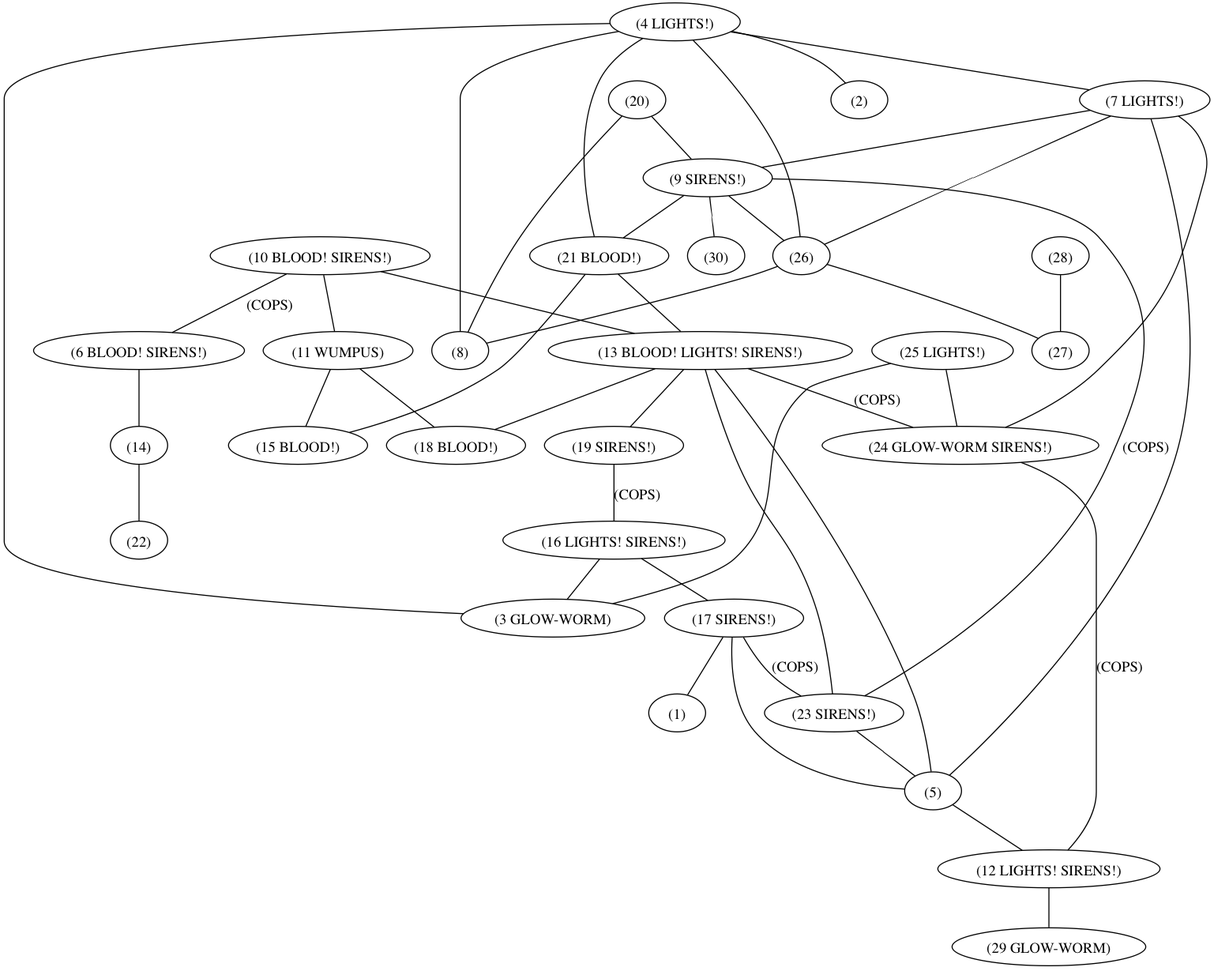
The Graphviz diagram CL/city.dot.png in akaalias/lisping, before a commit. Its source is kept beside it as CL/city.dot. The source it was exported from:
```dot
graph{
1[label="(1)"];
2[label="(2)"];
3[label="(3 GLOW-WORM)"];
4[label="(4 LIGHTS!)"];
5[label="(5)"];
6[label="(6 BLOOD! SIRENS!)"];
7[label="(7 LIGHTS!)"];
8[label="(8)"];
9[label="(9 SIRENS!)"];
10[label="(10 BLOOD! SIRENS!)"];
11[label="(11 WUMPUS)"];
12[label="(12 LIGHTS! SIRENS!)"];
13[label="(13 BLOOD! LIGHTS! SIRENS!)"];
14[label="(14)"];
15[label="(15 BLOOD!)"];
16[label="(16 LIGHTS! SIRENS!)"];
17[label="(17 SIRENS!)"];
18[label="(18 BLOOD!)"];
19[label="(19 SIRENS!)"];
20[label="(20)"];
21[label="(21 BLOOD!)"];
22[label="(22)"];
23[label="(23 SIRENS!)"];
24[label="(24 GLOW-WORM SIRENS!)"];
25[label="(25 LIGHTS!)"];
26[label="(26)"];
27[label="(27)"];
28[label="(28)"];
29[label="(29 GLOW-WORM)"];
30[label="(30)"];
14--22[label=""];
6--14[label=""];
12--29[label=""];
5--12[label=""];
23--5[label=""];
17--5[label=""];
17--1[label=""];
17--23[label="(COPS)"];
16--3[label=""];
16--17[label=""];
19--16[label="(COPS)"];
24--12[label="(COPS)"];
25--3[label=""];
25--24[label=""];
28--27[label=""];
26--8[label=""];
26--27[label=""];
13--19[label=""];
13--18[label=""];
13--24[label="(COPS)"];
13--23[label=""];
13--5[label=""];
21--13[label=""];
21--15[label=""];
9--26[label=""];
9--30[label=""];
9--21[label=""];
9--23[label="(COPS)"];
20--8[label=""];
20--9[label=""];
11--18[label=""];
11--15[label=""];
10--6[label="(COPS)"];
10--13[label=""];
10--11[label=""];
7--24[label=""];
7--5[label=""];
7--9[label=""];
7--26[label=""];
4--2[label=""];
4--26[label=""];
4--8[label=""];
4--3[label=""];
4--21[label=""];
4--7[label=""];}
```
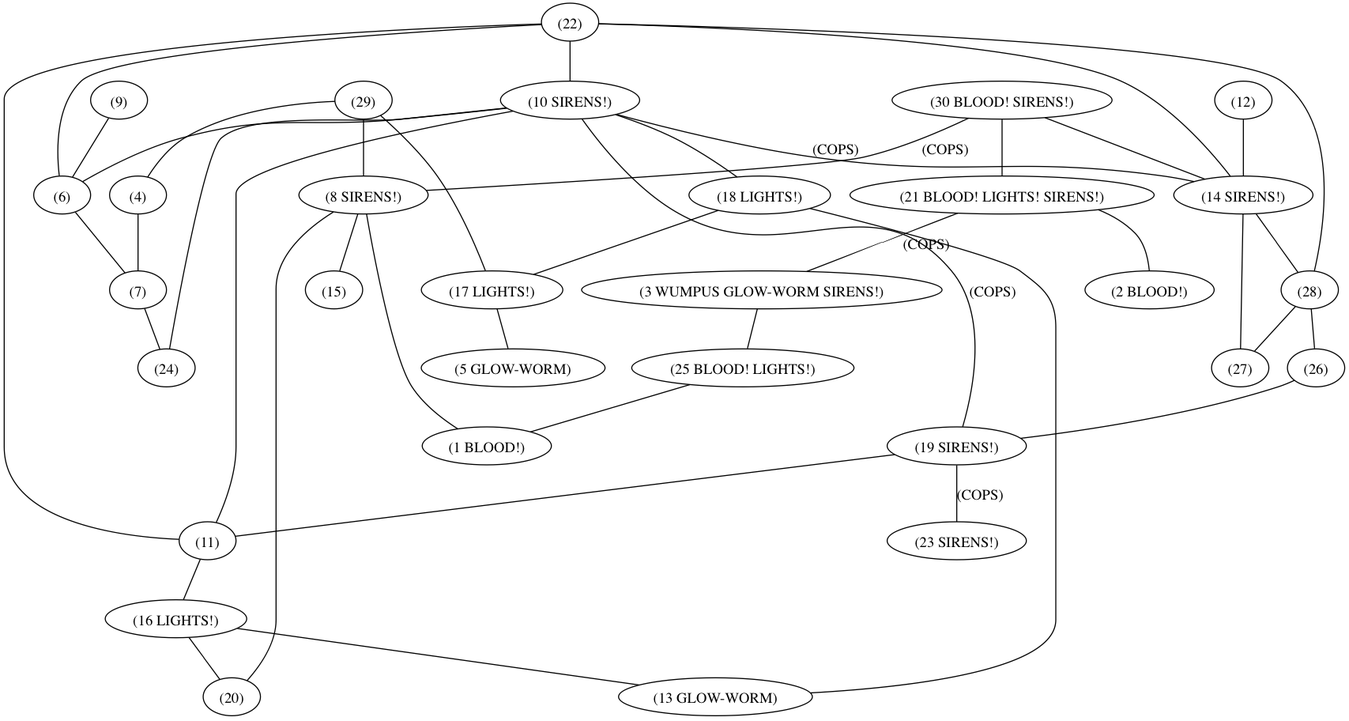
After the change.

Commit message:
Played a bit with the wumpus

The edit, as a diff of the source:
```diff
@@ -1,76 +1,73 @@
 graph{
-1[label="(1)"];
-2[label="(2)"];
-3[label="(3 GLOW-WORM)"];
-4[label="(4 LIGHTS!)"];
-5[label="(5)"];
-6[label="(6 BLOOD! SIRENS!)"];
-7[label="(7 LIGHTS!)"];
-8[label="(8)"];
-9[label="(9 SIRENS!)"];
-10[label="(10 BLOOD! SIRENS!)"];
-11[label="(11 WUMPUS)"];
-12[label="(12 LIGHTS! SIRENS!)"];
-13[label="(13 BLOOD! LIGHTS! SIRENS!)"];
-14[label="(14)"];
-15[label="(15 BLOOD!)"];
-16[label="(16 LIGHTS! SIRENS!)"];
-17[label="(17 SIRENS!)"];
-18[label="(18 BLOOD!)"];
+1[label="(1 BLOOD!)"];
+2[label="(2 BLOOD!)"];
+3[label="(3 WUMPUS GLOW-WORM SIRENS!)"];
+4[label="(4)"];
+5[label="(5 GLOW-WORM)"];
+6[label="(6)"];
+7[label="(7)"];
+8[label="(8 SIRENS!)"];
+9[label="(9)"];
+10[label="(10 SIRENS!)"];
+11[label="(11)"];
+12[label="(12)"];
+13[label="(13 GLOW-WORM)"];
+14[label="(14 SIRENS!)"];
+15[label="(15)"];
+16[label="(16 LIGHTS!)"];
+17[label="(17 LIGHTS!)"];
+18[label="(18 LIGHTS!)"];
 19[label="(19 SIRENS!)"];
 20[label="(20)"];
-21[label="(21 BLOOD!)"];
+21[label="(21 BLOOD! LIGHTS! SIRENS!)"];
 22[label="(22)"];
 23[label="(23 SIRENS!)"];
-24[label="(24 GLOW-WORM SIRENS!)"];
-25[label="(25 LIGHTS!)"];
+24[label="(24)"];
+25[label="(25 BLOOD! LIGHTS!)"];
 26[label="(26)"];
 27[label="(27)"];
 28[label="(28)"];
-29[label="(29 GLOW-WORM)"];
-30[label="(30)"];
-14--22[label=""];
-6--14[label=""];
-12--29[label=""];
-5--12[label=""];
-23--5[label=""];
+29[label="(29)"];
+30[label="(30 BLOOD! SIRENS!)"];
+7--24[label=""];
+25--1[label=""];
 17--5[label=""];
-17--1[label=""];
-17--23[label="(COPS)"];
-16--3[label=""];
-16--17[label=""];
-19--16[label="(COPS)"];
-24--12[label="(COPS)"];
-25--3[label=""];
-25--24[label=""];
+16--13[label=""];
+16--20[label=""];
+11--16[label=""];
+18--17[label=""];
+18--13[label=""];
+19--11[label=""];
+19--23[label="(COPS)"];
+4--7[label=""];
+3--25[label=""];
+6--7[label=""];
+9--6[label=""];
+26--19[label=""];
 28--27[label=""];
-26--8[label=""];
-26--27[label=""];
-13--19[label=""];
-13--18[label=""];
-13--24[label="(COPS)"];
-13--23[label=""];
-13--5[label=""];
-21--13[label=""];
-21--15[label=""];
-9--26[label=""];
-9--30[label=""];
-9--21[label=""];
-9--23[label="(COPS)"];
-20--8[label=""];
-20--9[label=""];
-11--18[label=""];
-11--15[label=""];
-10--6[label="(COPS)"];
-10--13[label=""];
+28--26[label=""];
+14--27[label=""];
+14--28[label=""];
+12--14[label=""];
+8--1[label=""];
+8--15[label=""];
+8--20[label=""];
+29--17[label=""];
+29--4[label=""];
+29--8[label=""];
+21--2[label=""];
+21--3[label="(COPS)"];
+30--8[label="(COPS)"];
+30--14[label=""];
+30--21[label=""];
+10--24[label=""];
+10--19[label="(COPS)"];
+10--14[label="(COPS)"];
+10--6[label=""];
 10--11[label=""];
-7--24[label=""];
-7--5[label=""];
-7--9[label=""];
-7--26[label=""];
-4--2[label=""];
-4--26[label=""];
-4--8[label=""];
-4--3[label=""];
-4--21[label=""];
-4--7[label=""];}
+10--18[label=""];
+22--11[label=""];
+22--6[label=""];
+22--14[label=""];
+22--28[label=""];
+22--10[label=""];}
```
